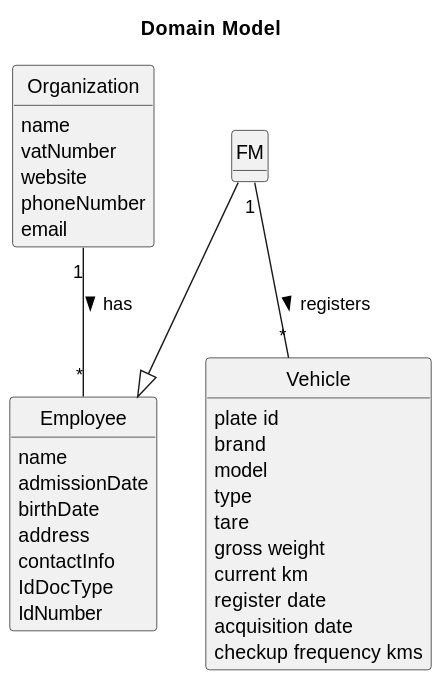
Above: docs/sprintA/us006/02.analysis/svg/us006-domain-model.svg in Rui-San/LAPR2_2023_2024 (PlantUML), before the change. The source it was exported from:
```plantuml
@startuml
skinparam monochrome true
skinparam packageStyle rectangle
skinparam shadowing false
skinparam classAttributeIconSize 0
hide circle
hide methods

title Domain Model

class Organization {
    name
    vatNumber
    website
    phoneNumber
    email
}

class Employee {
    name
    admissionDate
    birthDate
    address
    contactInfo
    IdDocType
    IdNumber
}

class FM{

}

class Vehicle{
    plate id
    brand
    model
    type
    tare
    gross weight
    current km
    register date
    acquisition date
    checkup frequency kms
}

Organization "1" -- "*" Employee : "has >"
FM --|> Employee
FM "1" -- "*" Vehicle : "registers >"
@enduml
```
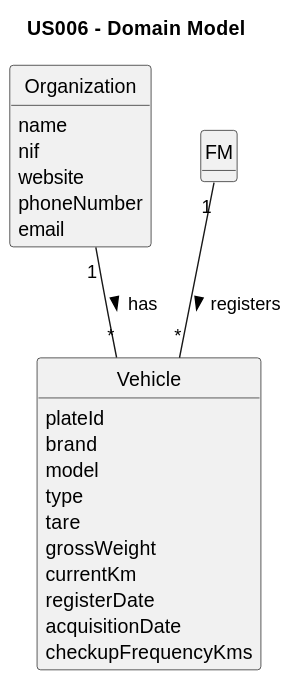
The same file after the commit.

Commit message:
Domain Model .svg created for: - US005 - US006 - US007 - US008

Change to the diagram source:
```diff
@@ -6,44 +6,29 @@
 hide circle
 hide methods
 
-title Domain Model
+title US006 - Domain Model
 
 class Organization {
     name
-    vatNumber
+    nif
     website
     phoneNumber
     email
 }
 
-class Employee {
-    name
-    admissionDate
-    birthDate
-    address
-    contactInfo
-    IdDocType
-    IdNumber
-}
-
-class FM{
-
-}
-
 class Vehicle{
-    plate id
+    plateId
     brand
     model
     type
     tare
-    gross weight
-    current km
-    register date
-    acquisition date
-    checkup frequency kms
+    grossWeight
+    currentKm
+    registerDate
+    acquisitionDate
+    checkupFrequencyKms
 }
 
-Organization "1" -- "*" Employee : "has >"
-FM --|> Employee
+Organization "1" -- "*" Vehicle : "has >"
 FM "1" -- "*" Vehicle : "registers >"
 @enduml
```
